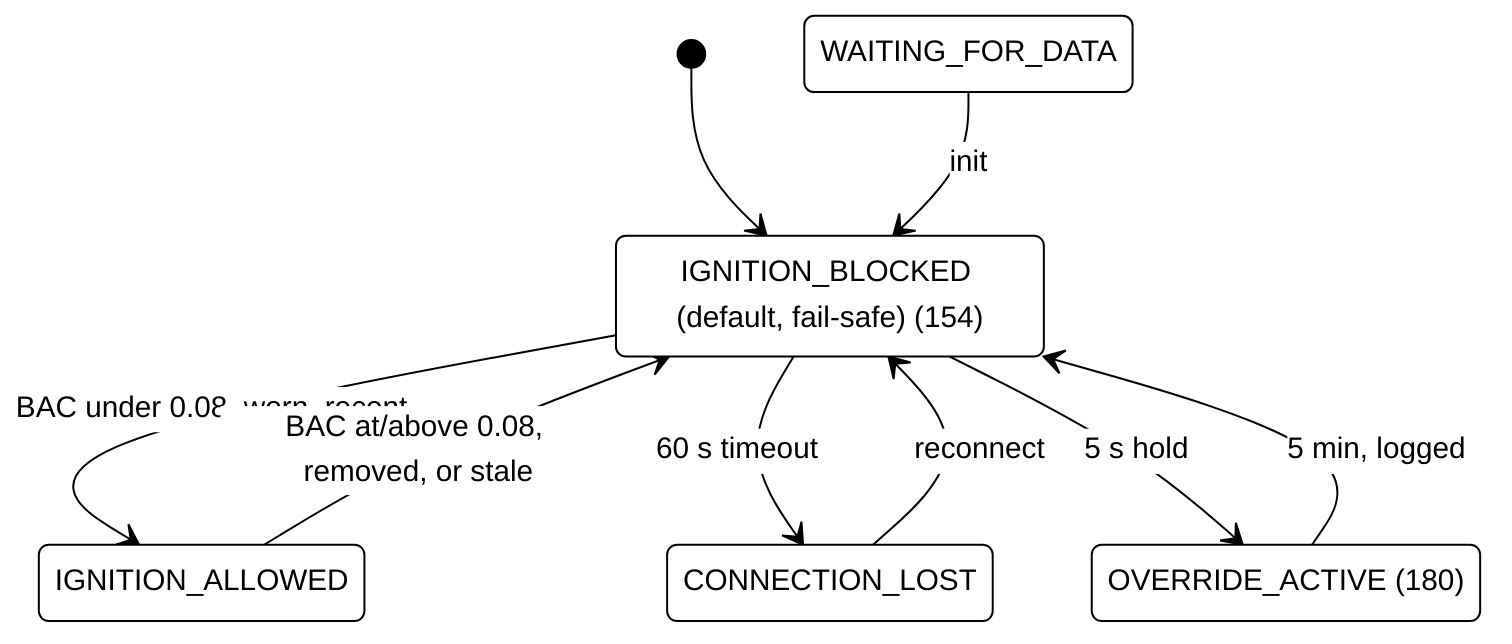
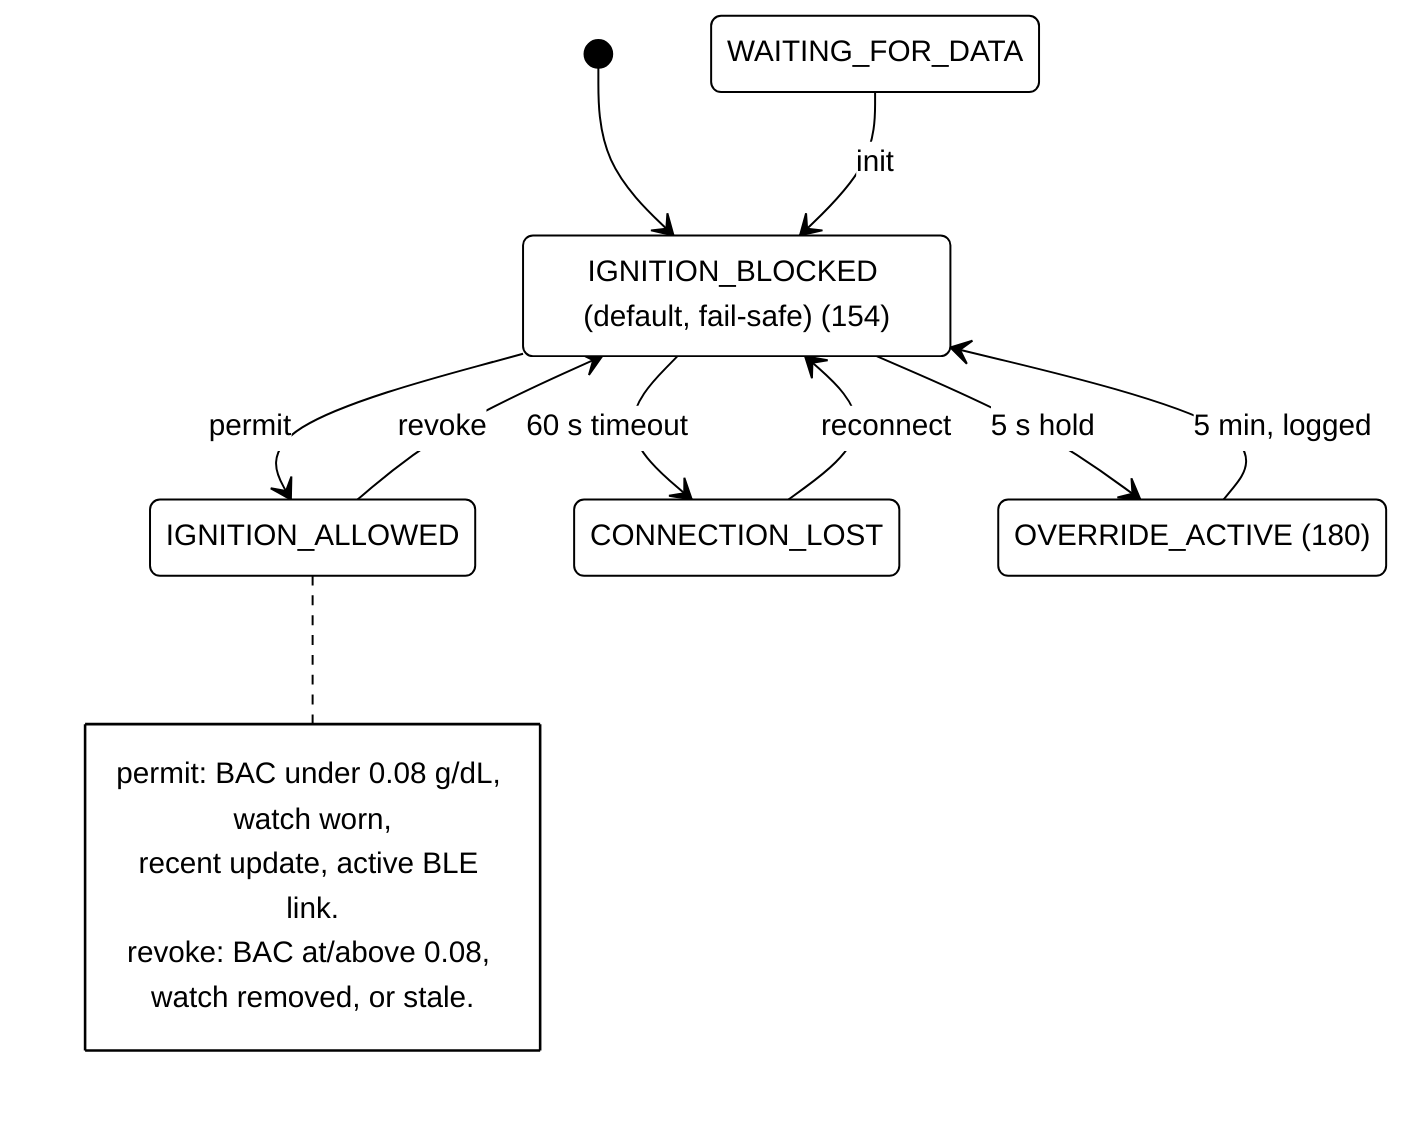
%%{init: {'theme':'base','themeVariables':{'background':'#ffffff','primaryColor':'#ffffff','primaryBorderColor':'#000000','primaryTextColor':'#000000','secondaryColor':'#ffffff','tertiaryColor':'#ffffff','lineColor':'#000000','noteBkgColor':'#ffffff','noteBorderColor':'#000000','noteTextColor':'#000000','actorBkg':'#ffffff','actorBorder':'#000000','actorTextColor':'#000000','signalColor':'#000000','signalTextColor':'#000000','labelBoxBkgColor':'#ffffff','labelBoxBorderColor':'#000000','clusterBkg':'#ffffff','clusterBorder':'#000000','fontFamily':'Arial','fontSize':'15px'}}}%%
stateDiagram-v2
  [*] --> BLOCKED
  BLOCKED: IGNITION_BLOCKED (default, fail-safe) (154)
  ALLOWED: IGNITION_ALLOWED
  WAIT: WAITING_FOR_DATA
  LOST: CONNECTION_LOST
  OVR: OVERRIDE_ACTIVE (180)
  WAIT --> BLOCKED: init
-   BLOCKED --> ALLOWED: BAC under 0.08, worn, recent
-   ALLOWED --> BLOCKED: BAC at/above 0.08, removed, or stale
+   BLOCKED --> ALLOWED: permit
+   ALLOWED --> BLOCKED: revoke
  BLOCKED --> LOST: 60 s timeout
  LOST --> BLOCKED: reconnect
  BLOCKED --> OVR: 5 s hold
  OVR --> BLOCKED: 5 min, logged
+   note right of ALLOWED
+     permit: BAC under 0.08 g/dL, watch worn,
+     recent update, active BLE link.
+     revoke: BAC at/above 0.08, watch removed, or stale.
+   end note
